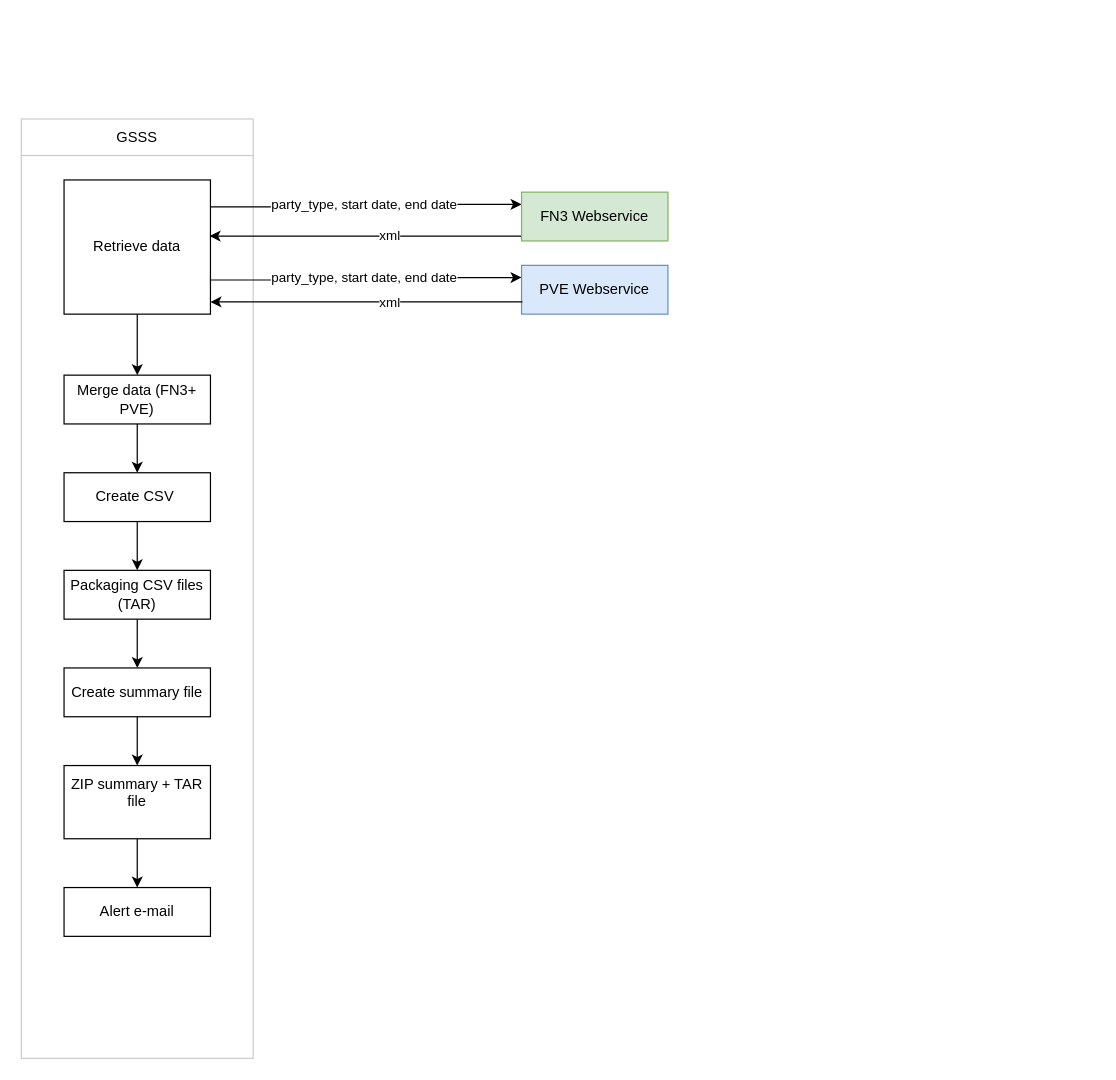
Before: GSSS - KT.drawio in phatcharalaw/my-doc, a draw.io diagram. Source tidied: cells renumbered, new cells numbered last; positions are measured from the earlier drawing's top-left corner, leaving out a move shared by most shapes. Both pictures are drawn from the tidied source at 122%, with x=0, y=0 at pixel (21, 118). Pictures stored in the file or linked from it are replaced by grey dashed boxes.
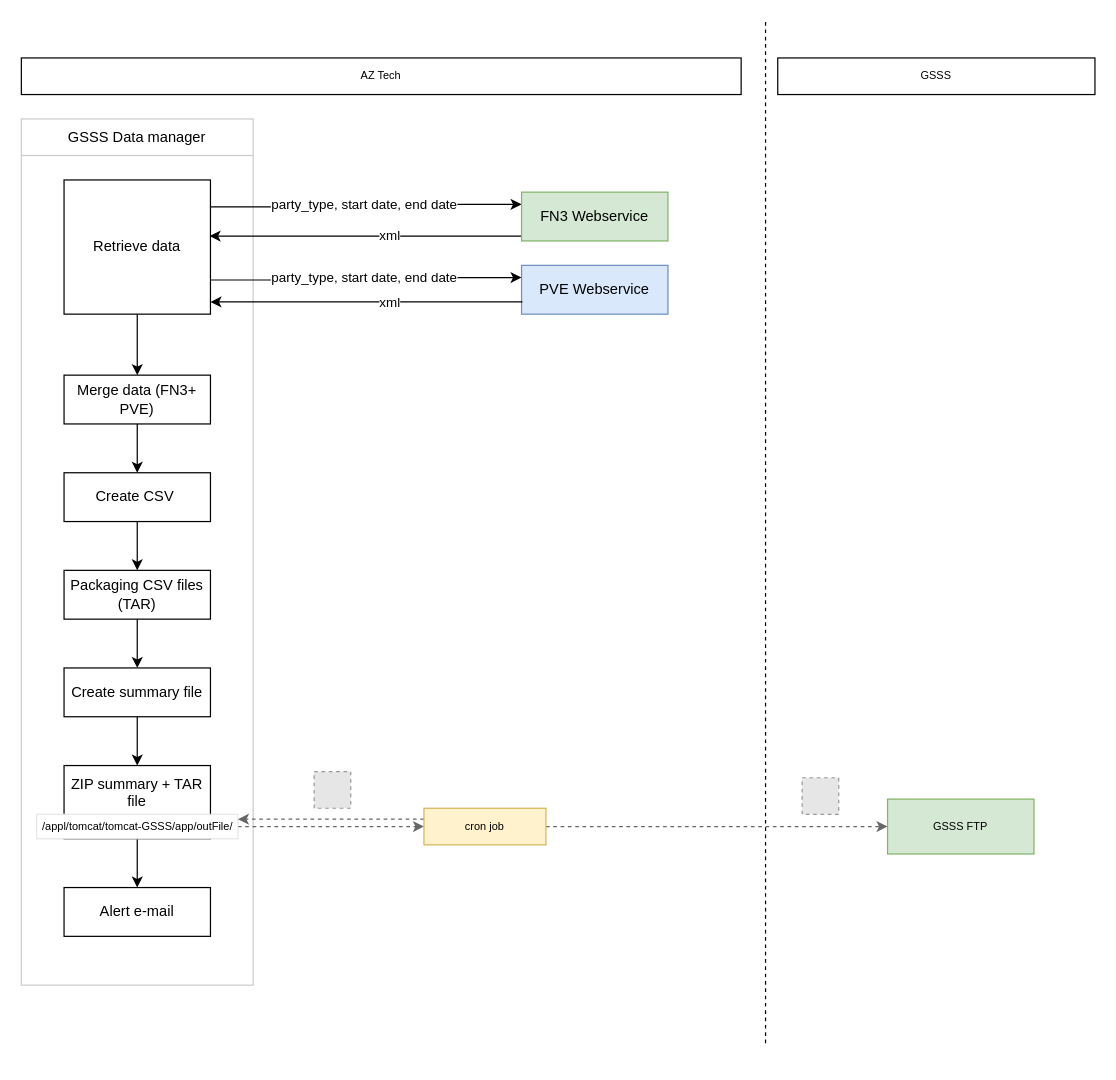
The same page after the edit.

What changed in the source:
```diff
@@
-    <mxCell id="2" value="GSSS" style="rounded=0;whiteSpace=wrap;html=1;strokeColor=#CCCCCC;" parent="1" vertex="1">
+    <mxCell id="2" value="GSSS Data manager" style="rounded=0;whiteSpace=wrap;html=1;strokeColor=#CCCCCC;" parent="1" vertex="1">
       <mxGeometry width="190" height="30" as="geometry" />
     </mxCell>
     <mxCell id="3" style="rounded=0;whiteSpace=wrap;html=1;strokeColor=#CCCCCC;" parent="1" vertex="1">
-      <mxGeometry y="30" width="190" height="740" as="geometry" />
+      <mxGeometry y="30" width="190" height="680" as="geometry" />
     </mxCell>
@@
+    <mxCell id="27" style="edgeStyle=orthogonalEdgeStyle;rounded=0;jettySize=auto;html=1;dashed=1;endArrow=classic;endFill=1;strokeColor=#666666;fontSize=9;" parent="1" edge="1" source="28">
+      <mxGeometry relative="1" as="geometry">
+        <mxPoint x="330" y="580" as="targetPoint" />
+      </mxGeometry>
+    </mxCell>
+    <mxCell id="28" value="/appl/tomcat/tomcat-GSSS/app/outFile/" style="rounded=0;whiteSpace=wrap;html=1;align=center;strokeColor=#E6E6E6;fontSize=9;" parent="1" vertex="1">
+      <mxGeometry x="12.5" y="570" width="165" height="20" as="geometry" />
+    </mxCell>
+    <mxCell id="29" style="edgeStyle=orthogonalEdgeStyle;rounded=0;orthogonalLoop=1;jettySize=auto;html=1;endArrow=classic;endFill=1;fontSize=9;dashed=1;strokeColor=#666666;" parent="1" edge="1">
+      <mxGeometry relative="1" as="geometry">
+        <mxPoint x="330" y="574" as="sourcePoint" />
+        <mxPoint x="177.5" y="574" as="targetPoint" />
+      </mxGeometry>
+    </mxCell>
+    <mxCell id="30" style="edgeStyle=orthogonalEdgeStyle;rounded=0;jettySize=auto;html=1;entryX=0;entryY=0.5;entryDx=0;entryDy=0;dashed=1;endArrow=classic;endFill=1;strokeColor=#666666;fontSize=9;" parent="1" edge="1" source="31" target="32">
+      <mxGeometry relative="1" as="geometry" />
+    </mxCell>
+    <mxCell id="31" value="cron job" style="rounded=0;whiteSpace=wrap;html=1;strokeColor=#d6b656;fillColor=#fff2cc;fontSize=9;align=center;" parent="1" vertex="1">
+      <mxGeometry x="330" y="565" width="100" height="30" as="geometry" />
+    </mxCell>
+    <mxCell id="32" value="GSSS FTP" style="rounded=0;whiteSpace=wrap;html=1;strokeColor=#82b366;fillColor=#d5e8d4;fontSize=9;align=center;" parent="1" vertex="1">
+      <mxGeometry x="710" y="557.5" width="120" height="45" as="geometry" />
+    </mxCell>
+    <mxCell id="33" style="endArrow=none;dashed=1;html=1;fontSize=9;" parent="1" edge="1">
+      <mxGeometry relative="1" as="geometry">
+        <mxPoint x="610" y="757.6" as="sourcePoint" />
+        <mxPoint x="610" y="-80" as="targetPoint" />
+      </mxGeometry>
+    </mxCell>
+    <mxCell id="34" style="fillColor=#E6E6E6;strokeColor=#999999;dashed=1;html=1;verticalAlign=top;verticalLabelPosition=bottom;labelBackgroundColor=#ffffff;fontSize=9;align=center;" parent="1" vertex="1">
+      <mxGeometry x="640" y="540" width="30" height="30" as="geometry" />
+    </mxCell>
+    <mxCell id="35" style="fillColor=#E6E6E6;strokeColor=#999999;dashed=1;html=1;verticalAlign=top;verticalLabelPosition=bottom;labelBackgroundColor=#ffffff;fontSize=9;align=center;" parent="1" vertex="1">
+      <mxGeometry x="240" y="535" width="30" height="30" as="geometry" />
+    </mxCell>
+    <mxCell id="36" value="AZ Tech" style="rounded=0;whiteSpace=wrap;html=1;fontSize=9;align=center;" parent="1" vertex="1">
+      <mxGeometry y="-50" width="590" height="30" as="geometry" />
+    </mxCell>
+    <mxCell id="37" value="GSSS" style="rounded=0;whiteSpace=wrap;html=1;fontSize=9;align=center;" parent="1" vertex="1">
+      <mxGeometry x="620" y="-50" width="260" height="30" as="geometry" />
+    </mxCell>
```
